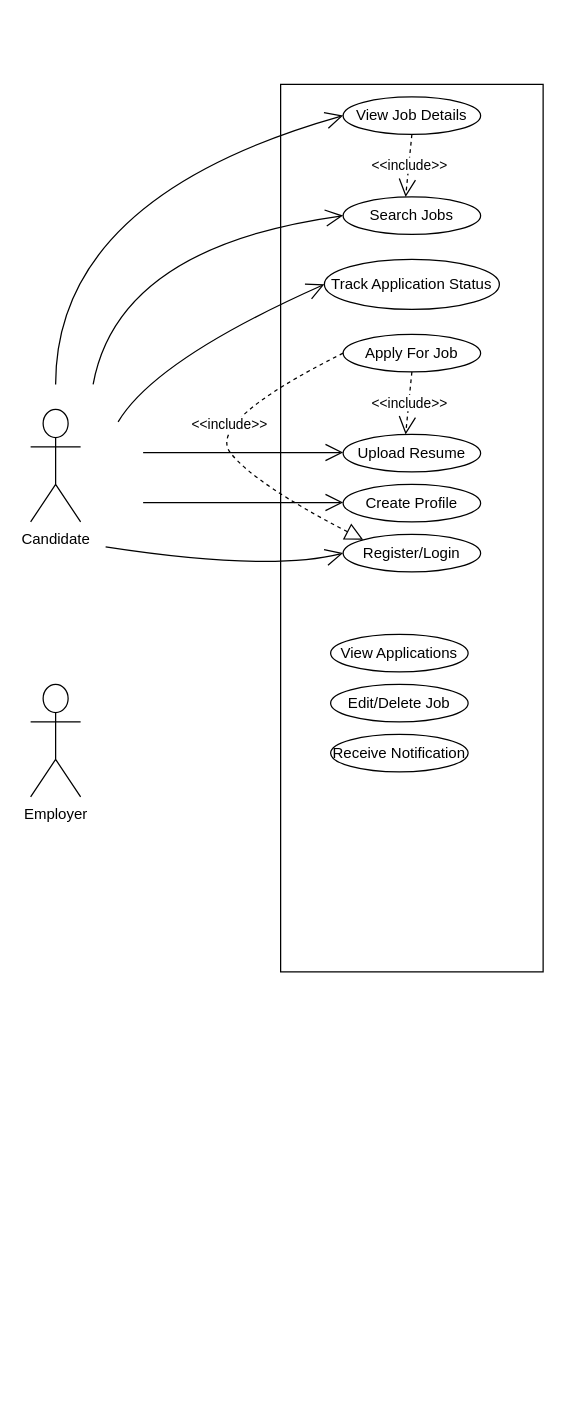
Earlier version of the draw.io diagram page "job-platform-usecase" (2 of 4) of job-search-uml.drawio (Chiamie/job-board-project). Source tidied: cells renumbered, new cells numbered last; positions are measured from the earlier drawing's top-left corner, leaving out a move shared by most shapes. Both pictures are drawn from the tidied source at 125%, with x=0, y=0 at pixel (30, 84).
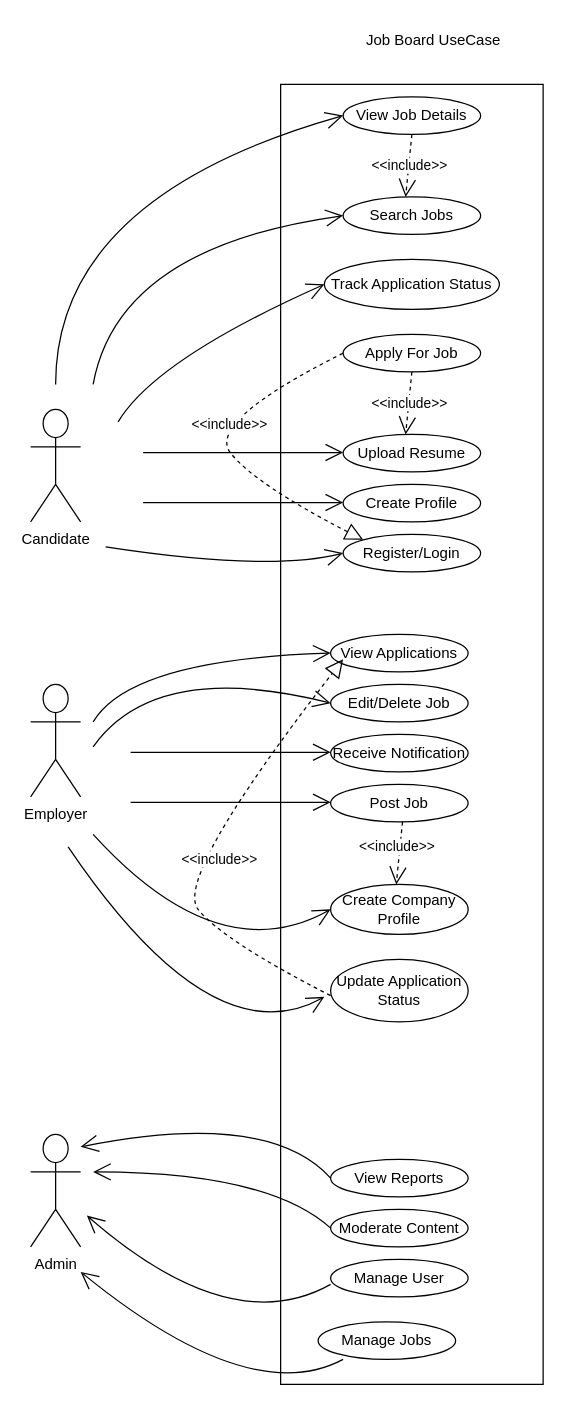
The same page after the edit.

Commit message:
added the class diagram and use case diagram Resume upload is separated; Notification is async-ready; Validation happens before DB writes

The change refers to these unchanged cells:
```xml
<mxCell id="22" value="View Applications" style="ellipse;whiteSpace=wrap;html=1;" parent="1" vertex="1">
  <mxGeometry x="240" y="440" width="110" height="30" as="geometry" />
</mxCell>
<mxCell id="23" value="Edit/Delete Job" style="ellipse;whiteSpace=wrap;html=1;" parent="1" vertex="1">
  <mxGeometry x="240" y="480" width="110" height="30" as="geometry" />
</mxCell>
```

Diff of the diagram source:
```diff
@@
     <mxCell id="2" style="rounded=0;whiteSpace=wrap;html=1;direction=south;" parent="1" vertex="1">
-      <mxGeometry x="200" width="210" height="710" as="geometry" />
+      <mxGeometry x="200" width="210" height="1040" as="geometry" />
     </mxCell>
@@
+    <mxCell id="25" value="Post Job" style="ellipse;whiteSpace=wrap;html=1;" parent="1" vertex="1">
+      <mxGeometry x="240" y="560" width="110" height="30" as="geometry" />
+    </mxCell>
+    <mxCell id="26" value="Create Company Profile" style="ellipse;whiteSpace=wrap;html=1;" parent="1" vertex="1">
+      <mxGeometry x="240" y="640" width="110" height="40" as="geometry" />
+    </mxCell>
+    <mxCell id="27" value="Update Application Status" style="ellipse;whiteSpace=wrap;html=1;" parent="1" vertex="1">
+      <mxGeometry x="240" y="700" width="110" height="50" as="geometry" />
+    </mxCell>
+    <mxCell id="28" value="&amp;lt;&amp;lt;include&amp;gt;&amp;gt;" style="endArrow=open;endSize=12;dashed=1;html=1;rounded=0;exitX=0.5;exitY=1;exitDx=0;exitDy=0;" parent="1" edge="1">
+      <mxGeometry x="-0.19" y="-3" relative="1" as="geometry">
+        <mxPoint x="297.5" y="590" as="sourcePoint" />
+        <mxPoint x="292.5" y="640" as="targetPoint" />
+      </mxGeometry>
+    </mxCell>
+    <mxCell id="29" style="endArrow=open;endFill=1;endSize=12;html=1;rounded=0;curved=1;entryX=0;entryY=0.5;entryDx=0;entryDy=0;" parent="1" edge="1" target="22">
+      <mxGeometry relative="1" as="geometry">
+        <mxPoint x="50" y="510" as="sourcePoint" />
+        <Array as="points">
+          <mxPoint x="80" y="460" />
+        </Array>
+      </mxGeometry>
+    </mxCell>
+    <mxCell id="30" style="endArrow=open;endFill=1;endSize=12;html=1;rounded=0;curved=1;entryX=0;entryY=0.5;entryDx=0;entryDy=0;" parent="1" edge="1" target="23">
+      <mxGeometry relative="1" as="geometry">
+        <mxPoint x="50" y="530" as="sourcePoint" />
+        <Array as="points">
+          <mxPoint x="100" y="460" />
+        </Array>
+      </mxGeometry>
+    </mxCell>
+    <mxCell id="31" style="endArrow=open;endFill=1;endSize=12;html=1;rounded=0;" parent="1" edge="1">
+      <mxGeometry relative="1" as="geometry">
+        <mxPoint x="80" y="534.3" as="sourcePoint" />
+        <mxPoint x="240" y="534.3" as="targetPoint" />
+      </mxGeometry>
+    </mxCell>
+    <mxCell id="32" style="endArrow=open;endFill=1;endSize=12;html=1;rounded=0;" parent="1" edge="1">
+      <mxGeometry relative="1" as="geometry">
+        <mxPoint x="80" y="574.3" as="sourcePoint" />
+        <mxPoint x="240" y="574.3" as="targetPoint" />
+      </mxGeometry>
+    </mxCell>
+    <mxCell id="33" style="endArrow=open;endFill=1;endSize=12;html=1;rounded=0;curved=1;" parent="1" edge="1">
+      <mxGeometry relative="1" as="geometry">
+        <mxPoint x="50" y="600" as="sourcePoint" />
+        <mxPoint x="240" y="660" as="targetPoint" />
+        <Array as="points">
+          <mxPoint x="150" y="710" />
+        </Array>
+      </mxGeometry>
+    </mxCell>
+    <mxCell id="34" style="endArrow=open;endFill=1;endSize=12;html=1;rounded=0;curved=1;" parent="1" edge="1">
+      <mxGeometry relative="1" as="geometry">
+        <mxPoint x="30" y="610" as="sourcePoint" />
+        <mxPoint x="235" y="730" as="targetPoint" />
+        <Array as="points">
+          <mxPoint x="145" y="780" />
+        </Array>
+      </mxGeometry>
+    </mxCell>
+    <mxCell id="35" style="endArrow=block;dashed=1;endFill=0;endSize=12;html=1;rounded=0;exitX=0;exitY=0.5;exitDx=0;exitDy=0;curved=1;" parent="1" edge="1">
+      <mxGeometry relative="1" as="geometry">
+        <mxPoint x="240" y="729" as="sourcePoint" />
+        <mxPoint x="250" y="460" as="targetPoint" />
+        <Array as="points">
+          <mxPoint x="154" y="685" />
+          <mxPoint x="114" y="635" />
+        </Array>
+      </mxGeometry>
+    </mxCell>
+    <mxCell id="36" value="&amp;lt;&amp;lt;include&amp;gt;&amp;gt;" style="edgeLabel;html=1;align=center;verticalAlign=middle;" parent="35" vertex="1">
+      <mxGeometry x="-0.48" y="-2" relative="1" as="geometry">
+        <mxPoint x="-4" y="-62" as="offset" />
+      </mxGeometry>
+    </mxCell>
+    <mxCell id="37" value="Admin" style="shape=umlActor;verticalLabelPosition=bottom;verticalAlign=top;html=1;" parent="1" vertex="1">
+      <mxGeometry y="840" width="40" height="90" as="geometry" />
+    </mxCell>
+    <mxCell id="38" value="View Reports" style="ellipse;whiteSpace=wrap;html=1;" parent="1" vertex="1">
+      <mxGeometry x="240" y="860" width="110" height="30" as="geometry" />
+    </mxCell>
+    <mxCell id="39" value="Moderate Content" style="ellipse;whiteSpace=wrap;html=1;" parent="1" vertex="1">
+      <mxGeometry x="240" y="900" width="110" height="30" as="geometry" />
+    </mxCell>
+    <mxCell id="40" value="Manage User" style="ellipse;whiteSpace=wrap;html=1;" parent="1" vertex="1">
+      <mxGeometry x="240" y="940" width="110" height="30" as="geometry" />
+    </mxCell>
+    <mxCell id="41" value="Manage Jobs" style="ellipse;whiteSpace=wrap;html=1;" parent="1" vertex="1">
+      <mxGeometry x="230" y="990" width="110" height="30" as="geometry" />
+    </mxCell>
+    <mxCell id="42" style="endArrow=open;endFill=1;endSize=12;html=1;rounded=0;curved=1;" parent="1" edge="1">
+      <mxGeometry relative="1" as="geometry">
+        <mxPoint x="250" y="1020" as="sourcePoint" />
+        <mxPoint x="40" y="950" as="targetPoint" />
+        <Array as="points">
+          <mxPoint x="175" y="1060" />
+        </Array>
+      </mxGeometry>
+    </mxCell>
+    <mxCell id="43" style="endArrow=open;endFill=1;endSize=12;html=1;rounded=0;curved=1;" parent="1" edge="1">
+      <mxGeometry relative="1" as="geometry">
+        <mxPoint x="240" y="960" as="sourcePoint" />
+        <mxPoint x="45" y="905" as="targetPoint" />
+        <Array as="points">
+          <mxPoint x="160" y="1005" />
+        </Array>
+      </mxGeometry>
+    </mxCell>
+    <mxCell id="44" style="endArrow=open;endFill=1;endSize=12;html=1;rounded=0;curved=1;exitX=0;exitY=0.5;exitDx=0;exitDy=0;" parent="1" edge="1" source="38">
+      <mxGeometry relative="1" as="geometry">
+        <mxPoint x="40" y="850" as="targetPoint" />
+        <Array as="points">
+          <mxPoint x="190" y="820" />
+        </Array>
+      </mxGeometry>
+    </mxCell>
+    <mxCell id="45" style="endArrow=open;endFill=1;endSize=12;html=1;rounded=0;curved=1;exitX=0;exitY=0.5;exitDx=0;exitDy=0;" parent="1" edge="1" source="39">
+      <mxGeometry relative="1" as="geometry">
+        <mxPoint x="50" y="870" as="targetPoint" />
+        <Array as="points">
+          <mxPoint x="190" y="870" />
+        </Array>
+      </mxGeometry>
+    </mxCell>
+    <mxCell id="46" value="Job Board UseCase" style="text;html=1;whiteSpace=wrap;strokeColor=none;fillColor=none;align=center;verticalAlign=middle;rounded=0;" parent="1" vertex="1">
+      <mxGeometry x="250" y="-50" width="145" height="30" as="geometry" />
+    </mxCell>
```
